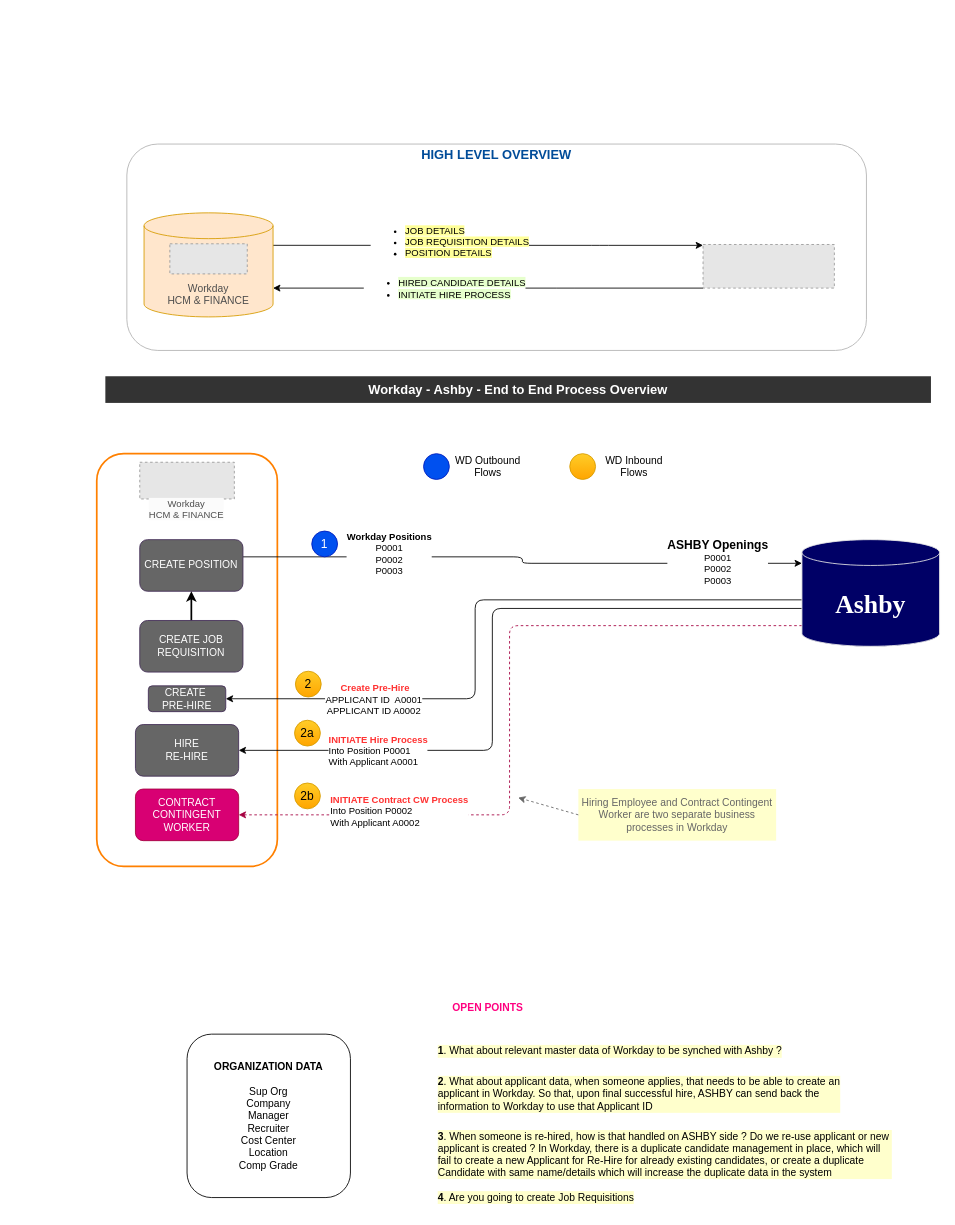
Earlier version of the draw.io diagram ASHBY Recruiting Integration.drawio (sandyaroma/sandyaroma). Source tidied: cells renumbered, new cells numbered last; positions are measured from the earlier drawing's top-left corner, leaving out a move shared by most shapes. Both pictures are drawn from the tidied source at 86%, with x=0, y=0 at pixel (15, 15). Pictures stored in the file or linked from it are replaced by grey dashed boxes.
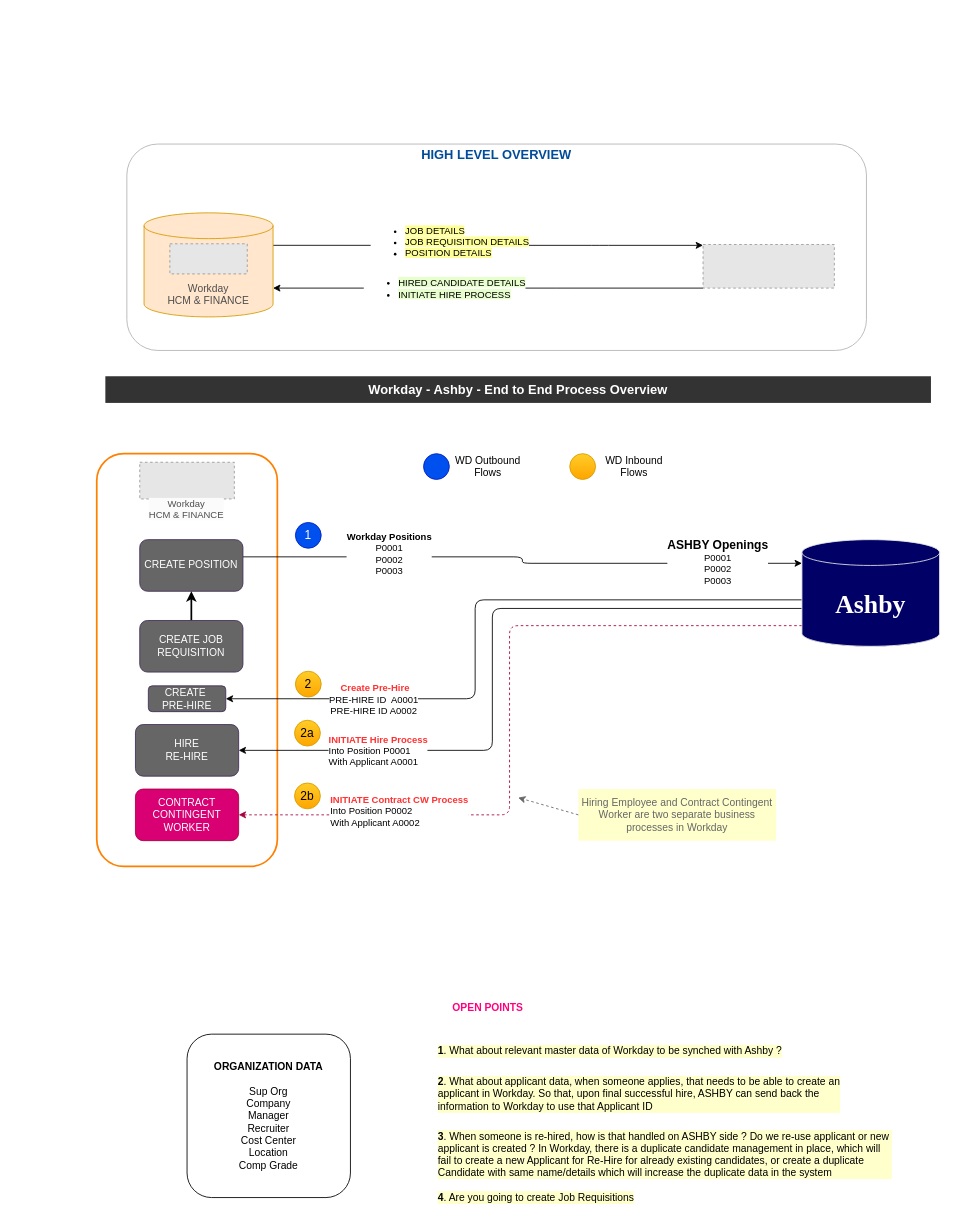
The same page after the edit.

Unchanged cells that the change refers to:
```xml
<mxCell id="17" style="edgeStyle=orthogonalEdgeStyle;rounded=1;jettySize=auto;html=1;entryX=1;entryY=0.5;entryDx=0;entryDy=0;curved=0;" parent="1" edge="1" source="21" target="32">
  <mxGeometry relative="1" as="geometry">
    <Array as="points">
      <mxPoint x="535" y="680" />
      <mxPoint x="535" y="795" />
    </Array>
  </mxGeometry>
</mxCell>
```

What changed in the source:
```diff
@@
-    <mxCell id="18" value="&lt;b&gt;&lt;font color=&quot;#ff3333&quot;&gt;&amp;nbsp;Create Pre-Hire&lt;/font&gt;&lt;/b&gt;&lt;div&gt;APPLICANT ID&amp;nbsp; A0001&lt;/div&gt;&lt;div&gt;APPLICANT ID A0002&lt;/div&gt;" style="edgeLabel;html=1;align=center;verticalAlign=middle;" parent="17" vertex="1">
+    <mxCell id="18" value="&lt;b&gt;&lt;font color=&quot;#ff3333&quot;&gt;&amp;nbsp;Create Pre-Hire&lt;/font&gt;&lt;/b&gt;&lt;div&gt;PRE-HIRE ID&amp;nbsp; A0001&lt;/div&gt;&lt;div&gt;PRE-HIRE ID A0002&lt;/div&gt;" style="edgeLabel;html=1;align=center;verticalAlign=middle;" parent="17" vertex="1">
       <mxGeometry x="0.49" y="1" relative="1" as="geometry">
         <mxPoint x="-29" y="-1" as="offset" />
       </mxGeometry>
     </mxCell>
@@
     <mxCell id="33" value="&lt;font style=&quot;font-size: 14px;&quot;&gt;1&lt;/font&gt;" style="ellipse;whiteSpace=wrap;html=1;fillColor=#0050ef;fontColor=#ffffff;strokeColor=#001DBC;" parent="1" vertex="1">
-      <mxGeometry x="345" y="600" width="30" height="30" as="geometry" />
+      <mxGeometry x="326" y="590" width="30" height="30" as="geometry" />
     </mxCell>
```
